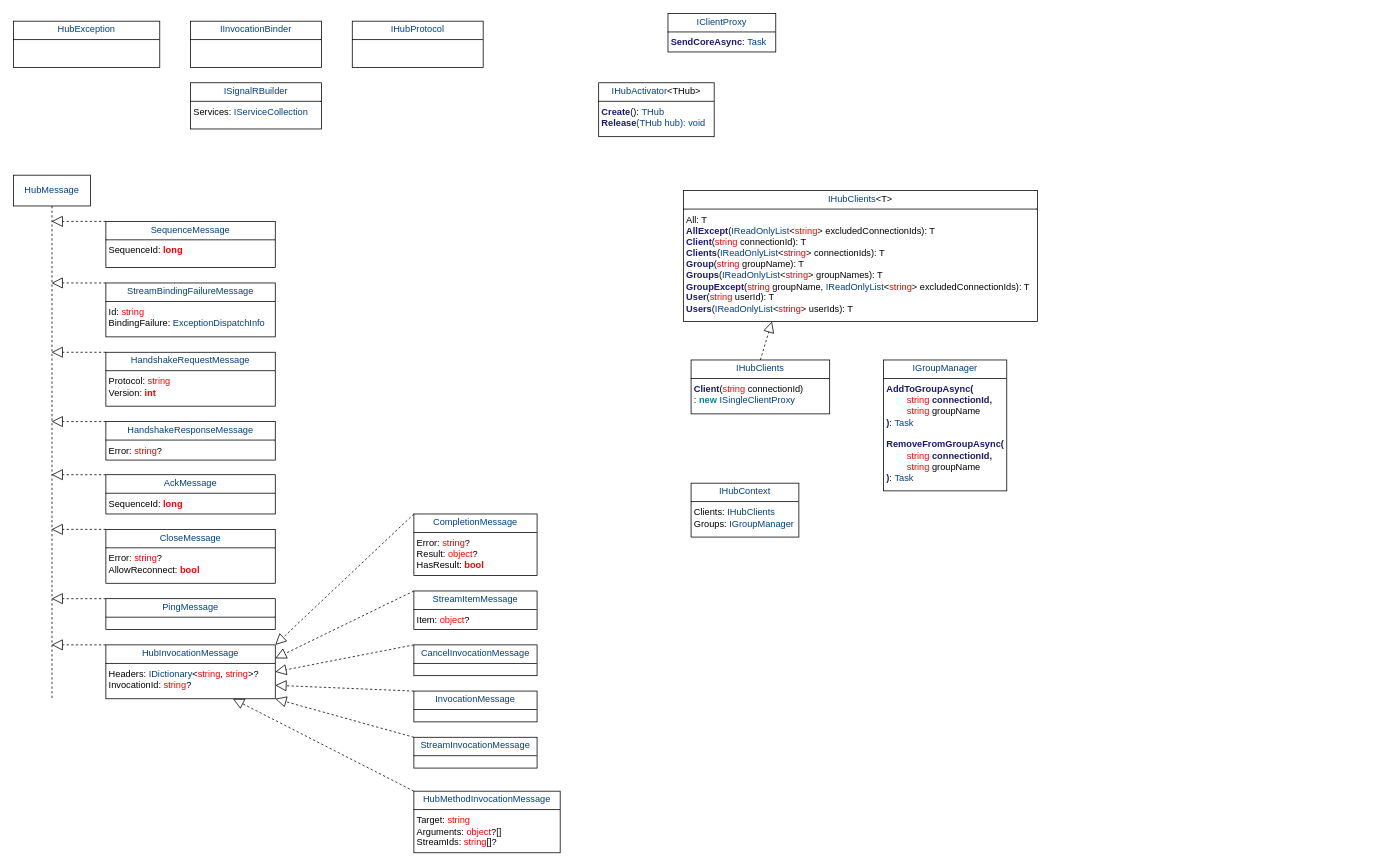
Before: SignalR/SignalR.drawio in KondyubaBA/AspNetCore-doc, a draw.io diagram. Source tidied: cells renumbered, new cells numbered last; positions are measured from the earlier drawing's top-left corner, leaving out a move shared by most shapes. Both pictures are drawn from the tidied source at 77%, with x=0, y=0 at pixel (13, 13).
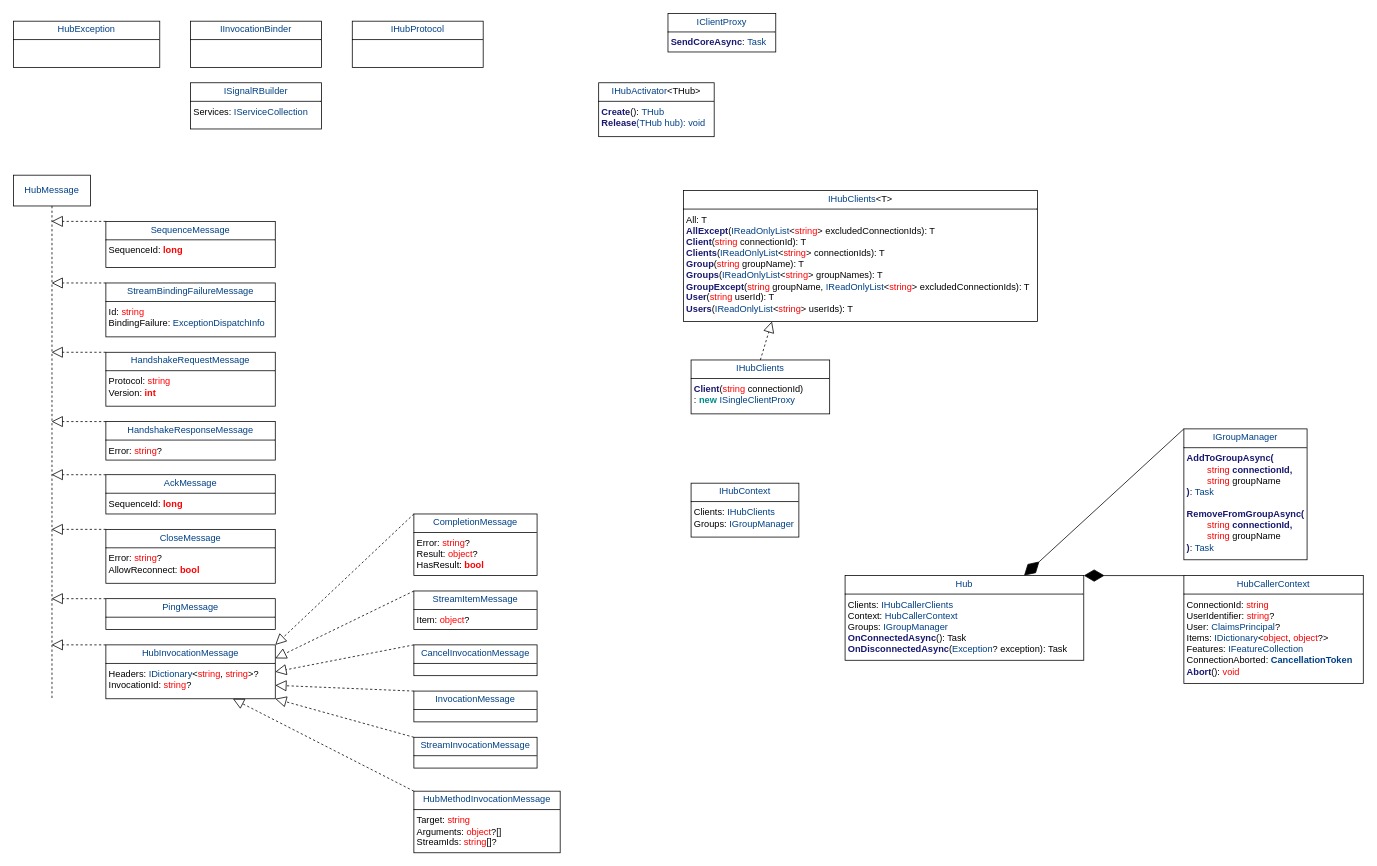
Above is the later version.

Change to the diagram source:
```diff
@@
     <mxCell id="36" value="&lt;p style=&quot;margin:0px;margin-top:4px;text-align:center;&quot;&gt;&lt;span style=&quot;color: rgb(0, 64, 133);&quot;&gt;IGroupManager&lt;/span&gt;&lt;/p&gt;&lt;hr size=&quot;1&quot; style=&quot;border-style:solid;&quot;&gt;&lt;p style=&quot;margin:0px;margin-left:4px;&quot;&gt;&lt;span style=&quot;color: rgb(25, 25, 112); font-weight: bold; background-color: transparent;&quot;&gt;AddToGroupAsync(&lt;/span&gt;&lt;/p&gt;&lt;p style=&quot;margin:0px;margin-left:4px;&quot;&gt;&lt;span style=&quot;color: rgb(25, 25, 112); font-weight: bold; background-color: transparent;&quot;&gt;&lt;span style=&quot;color: rgb(255, 0, 0); font-weight: normal;&quot;&gt;&lt;span style=&quot;white-space: pre;&quot;&gt;&#9;&lt;/span&gt;string&lt;/span&gt; connectionId,&lt;/span&gt;&lt;/p&gt;&lt;p style=&quot;margin:0px;margin-left:4px;&quot;&gt;&lt;span style=&quot;background-color: transparent; color: rgb(255, 0, 0);&quot;&gt;&lt;span style=&quot;white-space: pre;&quot;&gt;&#9;&lt;/span&gt;string&lt;/span&gt;&lt;span style=&quot;background-color: transparent; color: light-dark(rgb(0, 0, 0), rgb(255, 255, 255));&quot;&gt; groupName&lt;/span&gt;&lt;/p&gt;&lt;p style=&quot;margin:0px;margin-left:4px;&quot;&gt;&lt;span style=&quot;color: rgb(25, 25, 112); font-weight: bold; background-color: transparent;&quot;&gt;)&lt;/span&gt;:&amp;nbsp;&lt;span style=&quot;color: rgb(0, 64, 133); background-color: transparent;&quot;&gt;Task&lt;/span&gt;&lt;/p&gt;&lt;p style=&quot;margin:0px;margin-left:4px;&quot;&gt;&lt;span style=&quot;color: rgb(0, 64, 133); background-color: transparent;&quot;&gt;&lt;br&gt;&lt;/span&gt;&lt;/p&gt;&lt;p style=&quot;margin: 0px 0px 0px 4px;&quot;&gt;&lt;span style=&quot;color: rgb(25, 25, 112); font-weight: bold; background-color: transparent;&quot;&gt;&lt;span style=&quot;background-color: transparent;&quot;&gt;RemoveFromGroupAsync&lt;/span&gt;(&lt;/span&gt;&lt;/p&gt;&lt;p style=&quot;margin: 0px 0px 0px 4px;&quot;&gt;&lt;span style=&quot;color: rgb(25, 25, 112); font-weight: bold; background-color: transparent;&quot;&gt;&lt;span style=&quot;color: rgb(255, 0, 0); font-weight: normal;&quot;&gt;&lt;span style=&quot;white-space: pre;&quot;&gt;&#9;&lt;/span&gt;string&lt;/span&gt;&amp;nbsp;connectionId,&lt;/span&gt;&lt;/p&gt;&lt;p style=&quot;margin: 0px 0px 0px 4px;&quot;&gt;&lt;span style=&quot;background-color: transparent; color: rgb(255, 0, 0);&quot;&gt;&lt;span style=&quot;white-space: pre;&quot;&gt;&#9;&lt;/span&gt;string&lt;/span&gt;&lt;span style=&quot;background-color: transparent; color: light-dark(rgb(0, 0, 0), rgb(255, 255, 255));&quot;&gt;&amp;nbsp;groupName&lt;/span&gt;&lt;/p&gt;&lt;p style=&quot;margin:0px;margin-left:4px;&quot;&gt;&lt;span style=&quot;color: rgb(0, 64, 133); background-color: transparent;&quot;&gt;&lt;/span&gt;&lt;/p&gt;&lt;p style=&quot;margin: 0px 0px 0px 4px;&quot;&gt;&lt;span style=&quot;color: rgb(25, 25, 112); font-weight: bold; background-color: transparent;&quot;&gt;)&lt;/span&gt;:&amp;nbsp;&lt;span style=&quot;color: rgb(0, 64, 133); background-color: transparent;&quot;&gt;Task&lt;/span&gt;&lt;/p&gt;" style="verticalAlign=top;align=left;overflow=fill;html=1;whiteSpace=wrap;" parent="1" vertex="1">
-      <mxGeometry x="1130" y="450" width="160" height="170" as="geometry" />
+      <mxGeometry x="1520" y="539.5" width="160" height="170" as="geometry" />
     </mxCell>
@@
+    <mxCell id="42" value="&lt;p style=&quot;margin:0px;margin-top:4px;text-align:center;&quot;&gt;&lt;span style=&quot;color: rgb(0, 64, 133);&quot;&gt;Hub&lt;/span&gt;&lt;/p&gt;&lt;hr size=&quot;1&quot; style=&quot;border-style:solid;&quot;&gt;&lt;p style=&quot;margin:0px;margin-left:4px;&quot;&gt;&lt;span style=&quot;background-color: transparent; color: light-dark(rgb(0, 0, 0), rgb(255, 255, 255));&quot;&gt;Clients&lt;/span&gt;:&amp;nbsp;&lt;span style=&quot;color: rgb(0, 64, 133); background-color: transparent;&quot;&gt;IHubCallerClients&lt;/span&gt;&lt;/p&gt;&lt;p style=&quot;margin:0px;margin-left:4px;&quot;&gt;&lt;span style=&quot;background-color: transparent; color: light-dark(rgb(0, 0, 0), rgb(255, 255, 255));&quot;&gt;Context&lt;/span&gt;:&amp;nbsp;&lt;span style=&quot;color: rgb(0, 64, 133); background-color: transparent;&quot;&gt;HubCallerContext&lt;/span&gt;&lt;/p&gt;&lt;p style=&quot;margin:0px;margin-left:4px;&quot;&gt;Groups:&amp;nbsp;&lt;span style=&quot;color: rgb(0, 64, 133); background-color: transparent;&quot;&gt;&lt;/span&gt;&lt;span style=&quot;color: rgb(0, 64, 133); background-color: transparent;&quot;&gt;IGroupManager&lt;/span&gt;&lt;/p&gt;&lt;p style=&quot;margin:0px;margin-left:4px;&quot;&gt;&lt;span style=&quot;color: rgb(25, 25, 112); font-weight: bold;&quot;&gt;OnConnectedAsync&lt;/span&gt;(): Task&lt;span style=&quot;color: rgb(0, 64, 133); background-color: transparent;&quot;&gt;&lt;/span&gt;&lt;/p&gt;&lt;p style=&quot;margin:0px;margin-left:4px;&quot;&gt;&lt;span style=&quot;color: rgb(25, 25, 112); font-weight: bold;&quot;&gt;OnDisconnectedAsync&lt;/span&gt;(&lt;span style=&quot;color: rgb(0, 64, 133);&quot;&gt;Exception&lt;/span&gt;? exception):&amp;nbsp;&lt;span style=&quot;background-color: transparent; color: light-dark(rgb(0, 0, 0), rgb(255, 255, 255));&quot;&gt;Task&lt;/span&gt;&lt;/p&gt;&lt;p style=&quot;margin:0px;margin-left:4px;&quot;&gt;&lt;span style=&quot;background-color: transparent; color: light-dark(rgb(0, 0, 0), rgb(255, 255, 255));&quot;&gt;&lt;br&gt;&lt;/span&gt;&lt;/p&gt;" style="verticalAlign=top;align=left;overflow=fill;html=1;whiteSpace=wrap;" parent="1" vertex="1">
+      <mxGeometry x="1080" y="730" width="310" height="110" as="geometry" />
+    </mxCell>
+    <mxCell id="43" value="&lt;p style=&quot;margin:0px;margin-top:4px;text-align:center;&quot;&gt;&lt;span style=&quot;color: rgb(0, 64, 133);&quot;&gt;HubCallerContext&lt;/span&gt;&lt;/p&gt;&lt;hr size=&quot;1&quot; style=&quot;border-style:solid;&quot;&gt;&lt;p style=&quot;margin:0px;margin-left:4px;&quot;&gt;&lt;span style=&quot;background-color: transparent; color: light-dark(rgb(0, 0, 0), rgb(255, 255, 255));&quot;&gt;ConnectionId&lt;/span&gt;:&amp;nbsp;&lt;span style=&quot;color: rgb(255, 0, 0); background-color: transparent;&quot;&gt;string&lt;/span&gt;&lt;/p&gt;&lt;p style=&quot;margin:0px;margin-left:4px;&quot;&gt;&lt;span style=&quot;background-color: transparent; color: light-dark(rgb(0, 0, 0), rgb(255, 255, 255));&quot;&gt;UserIdentifier&lt;/span&gt;:&amp;nbsp;&lt;span style=&quot;background-color: transparent; color: rgb(255, 0, 0);&quot;&gt;string&lt;/span&gt;&lt;span style=&quot;background-color: transparent; color: light-dark(rgb(0, 0, 0), rgb(255, 255, 255));&quot;&gt;?&lt;/span&gt;&lt;/p&gt;&lt;p style=&quot;margin:0px;margin-left:4px;&quot;&gt;User:&amp;nbsp;&lt;span style=&quot;background-color: transparent; color: light-dark(rgb(0, 0, 0), rgb(255, 255, 255));&quot;&gt;&lt;/span&gt;&lt;span style=&quot;background-color: transparent; color: rgb(0, 64, 133);&quot;&gt;ClaimsPrincipal&lt;/span&gt;&lt;span style=&quot;background-color: transparent; color: light-dark(rgb(0, 0, 0), rgb(255, 255, 255));&quot;&gt;?&lt;/span&gt;&lt;/p&gt;&lt;p style=&quot;margin:0px;margin-left:4px;&quot;&gt;Items:&amp;nbsp;&lt;span style=&quot;background-color: transparent; color: light-dark(rgb(0, 0, 0), rgb(255, 255, 255));&quot;&gt;&lt;/span&gt;&lt;span style=&quot;background-color: transparent; color: rgb(0, 64, 133);&quot;&gt;IDictionary&lt;/span&gt;&lt;span style=&quot;background-color: transparent; color: light-dark(rgb(0, 0, 0), rgb(255, 255, 255));&quot;&gt;&amp;lt;&lt;/span&gt;&lt;span style=&quot;background-color: transparent; color: rgb(255, 0, 0);&quot;&gt;object&lt;/span&gt;&lt;span style=&quot;background-color: transparent; color: light-dark(rgb(0, 0, 0), rgb(255, 255, 255));&quot;&gt;, &lt;/span&gt;&lt;span style=&quot;background-color: transparent; color: rgb(255, 0, 0);&quot;&gt;object&lt;/span&gt;&lt;span style=&quot;background-color: transparent; color: light-dark(rgb(0, 0, 0), rgb(255, 255, 255));&quot;&gt;?&amp;gt;&lt;/span&gt;&lt;/p&gt;&lt;p style=&quot;margin:0px;margin-left:4px;&quot;&gt;Features:&amp;nbsp;&lt;span style=&quot;background-color: transparent; color: light-dark(rgb(0, 0, 0), rgb(255, 255, 255));&quot;&gt;&lt;/span&gt;&lt;span style=&quot;color: rgb(0, 64, 133); background-color: transparent;&quot;&gt;IFeatureCollection&lt;/span&gt;&lt;/p&gt;&lt;p style=&quot;margin:0px;margin-left:4px;&quot;&gt;ConnectionAborted:&amp;nbsp;&lt;span style=&quot;color: rgb(0, 64, 133); background-color: transparent;&quot;&gt;&lt;/span&gt;&lt;span style=&quot;color: rgb(0, 64, 133); font-weight: bold; background-color: transparent;&quot;&gt;CancellationToken&lt;/span&gt;&lt;/p&gt;&lt;p style=&quot;margin:0px;margin-left:4px;&quot;&gt;&lt;span style=&quot;color: rgb(25, 25, 112); font-weight: bold;&quot;&gt;Abort&lt;/span&gt;():&amp;nbsp;&lt;span style=&quot;color: rgb(0, 64, 133); font-weight: bold; background-color: transparent;&quot;&gt;&lt;/span&gt;&lt;span style=&quot;color: rgb(255, 0, 0); background-color: transparent;&quot;&gt;void&lt;/span&gt;&lt;/p&gt;" style="verticalAlign=top;align=left;overflow=fill;html=1;whiteSpace=wrap;" parent="1" vertex="1">
+      <mxGeometry x="1520" y="730" width="233" height="140" as="geometry" />
+    </mxCell>
+    <mxCell id="44" style="endArrow=diamondThin;endFill=1;endSize=24;html=1;rounded=0;exitX=0;exitY=0;exitDx=0;exitDy=0;entryX=1;entryY=0;entryDx=0;entryDy=0;" parent="1" edge="1" source="43" target="42">
+      <mxGeometry relative="1" as="geometry" />
+    </mxCell>
+    <mxCell id="45" style="endArrow=diamondThin;endFill=1;endSize=24;html=1;rounded=0;exitX=0;exitY=0;exitDx=0;exitDy=0;entryX=0.75;entryY=0;entryDx=0;entryDy=0;" parent="1" edge="1" source="36" target="42">
+      <mxGeometry relative="1" as="geometry" />
+    </mxCell>
```
